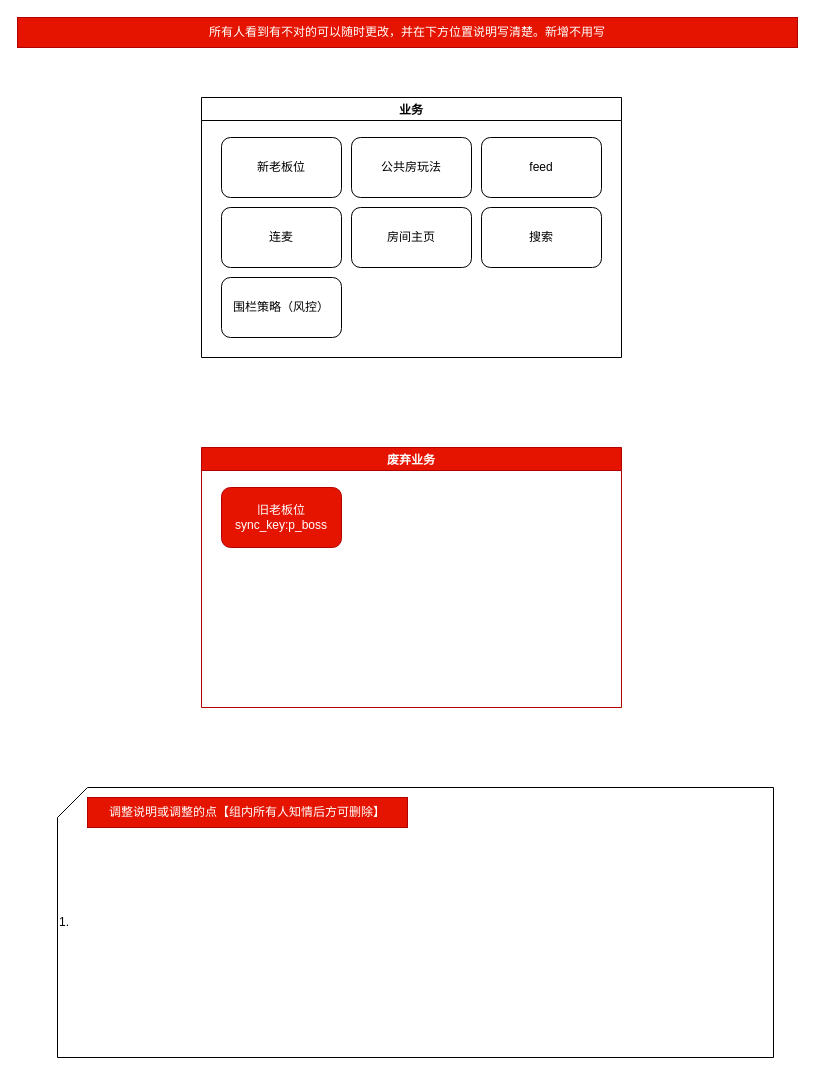
The draw.io diagram page "公共房业务" (1 of 9) of pepper/公共房.drawio in wclssdn/draw.io, before the edit. Source tidied: cells renumbered, new cells numbered last; positions are measured from the earlier drawing's top-left corner, leaving out a move shared by most shapes. Both pictures are drawn from the tidied source at 100%, with x=0, y=0 at pixel (17, 17).
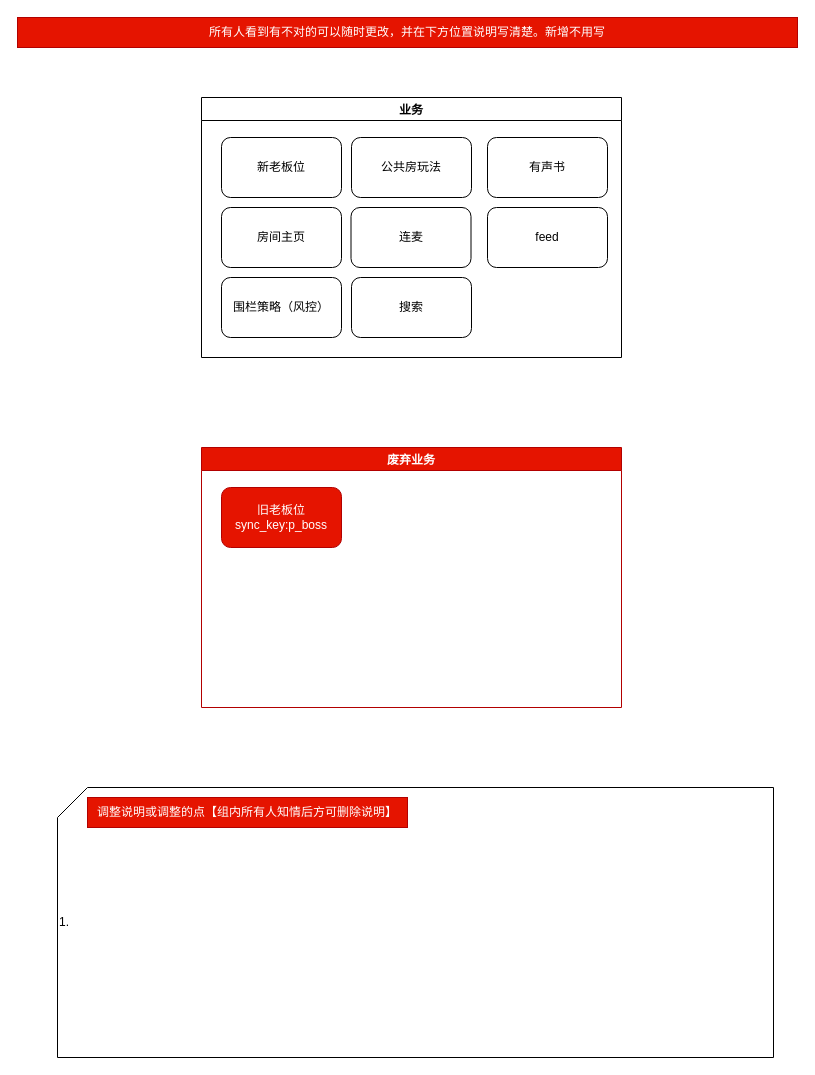
After the change.

What changed in the source:
```diff
@@
 <mxGraphModel>
   <root>
     <mxCell id="0" />
     <mxCell id="1" parent="0" />
     <mxCell id="2" value="业务" style="swimlane;" parent="1" vertex="1">
       <mxGeometry x="184" y="80" width="420" height="260" as="geometry" />
     </mxCell>
     <mxCell id="3" value="新老板位" style="rounded=1;whiteSpace=wrap;html=1;" parent="2" vertex="1">
       <mxGeometry x="20" y="40" width="120" height="60" as="geometry" />
     </mxCell>
     <mxCell id="4" value="连麦" style="rounded=1;whiteSpace=wrap;html=1;" parent="2" vertex="1">
-      <mxGeometry x="20" y="110" width="120" height="60" as="geometry" />
+      <mxGeometry x="149.5" y="110" width="120" height="60" as="geometry" />
     </mxCell>
     <mxCell id="5" value="feed" style="rounded=1;whiteSpace=wrap;html=1;" parent="2" vertex="1">
-      <mxGeometry x="280" y="40" width="120" height="60" as="geometry" />
+      <mxGeometry x="286" y="110" width="120" height="60" as="geometry" />
     </mxCell>
     <mxCell id="6" value="公共房玩法" style="rounded=1;whiteSpace=wrap;html=1;" parent="2" vertex="1">
       <mxGeometry x="150" y="40" width="120" height="60" as="geometry" />
     </mxCell>
     <mxCell id="7" value="围栏策略（风控）" style="rounded=1;whiteSpace=wrap;html=1;" parent="2" vertex="1">
       <mxGeometry x="20" y="180" width="120" height="60" as="geometry" />
     </mxCell>
     <mxCell id="8" value="搜索" style="rounded=1;whiteSpace=wrap;html=1;" parent="2" vertex="1">
-      <mxGeometry x="280" y="110" width="120" height="60" as="geometry" />
+      <mxGeometry x="150" y="180" width="120" height="60" as="geometry" />
     </mxCell>
     <mxCell id="9" value="房间主页" style="rounded=1;whiteSpace=wrap;html=1;" parent="2" vertex="1">
-      <mxGeometry x="150" y="110" width="120" height="60" as="geometry" />
+      <mxGeometry x="20" y="110" width="120" height="60" as="geometry" />
     </mxCell>
+    <mxCell id="15" value="有声书" style="rounded=1;whiteSpace=wrap;html=1;" parent="2" vertex="1">
+      <mxGeometry x="286" y="40" width="120" height="60" as="geometry" />
+    </mxCell>
     <mxCell id="10" value="废弃业务" style="swimlane;fillColor=#e51400;strokeColor=#B20000;fontColor=#ffffff;" parent="1" vertex="1">
       <mxGeometry x="184" y="430" width="420" height="260" as="geometry" />
     </mxCell>
     <mxCell id="11" value="旧老板位&lt;br&gt;sync_key:p_boss" style="rounded=1;whiteSpace=wrap;html=1;fillColor=#e51400;strokeColor=#B20000;fontColor=#ffffff;" parent="10" vertex="1">
       <mxGeometry x="20" y="40" width="120" height="60" as="geometry" />
     </mxCell>
     <mxCell id="12" value="所有人看到有不对的可以随时更改，并在下方位置说明写清楚。新增不用写" style="text;html=1;strokeColor=#B20000;fillColor=#e51400;align=center;verticalAlign=middle;whiteSpace=wrap;rounded=0;fontColor=#ffffff;" parent="1" vertex="1">
       <mxGeometry width="780" height="30" as="geometry" />
     </mxCell>
     <mxCell id="13" value="1.&lt;div&gt;&lt;/div&gt;" style="shape=card;whiteSpace=wrap;html=1;align=left;" parent="1" vertex="1">
       <mxGeometry x="40" y="770" width="716" height="270" as="geometry" />
     </mxCell>
-    <mxCell id="14" value="调整说明或调整的点【组内所有人知情后方可删除】" style="text;html=1;strokeColor=#B20000;fillColor=#e51400;align=center;verticalAlign=middle;whiteSpace=wrap;rounded=0;fontColor=#ffffff;" parent="1" vertex="1">
+    <mxCell id="14" value="调整说明或调整的点【组内所有人知情后方可删除说明】" style="text;html=1;strokeColor=#B20000;fillColor=#e51400;align=center;verticalAlign=middle;whiteSpace=wrap;rounded=0;fontColor=#ffffff;" parent="1" vertex="1">
       <mxGeometry x="70" y="780" width="320" height="30" as="geometry" />
     </mxCell>
   </root>
 </mxGraphModel>
```
